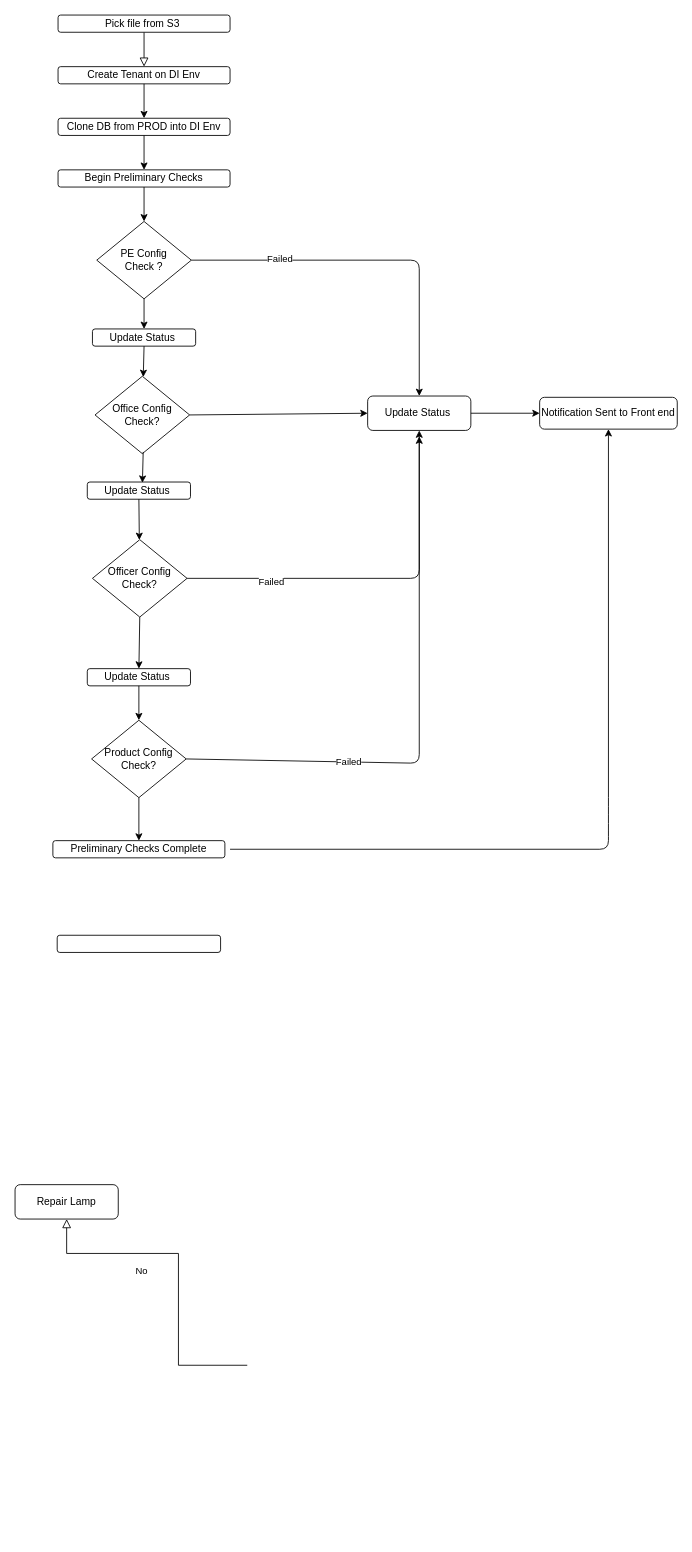
gwasky/diagrams keeps this draw.io diagram as data-import-stack/Untitled Diagram.drawio. Above is the earlier version. Source tidied: cells renumbered, new cells numbered last; positions are measured from the earlier drawing's top-left corner, leaving out a move shared by most shapes. Both pictures are drawn from the tidied source at 86%, with x=0, y=0 at pixel (15, 15).
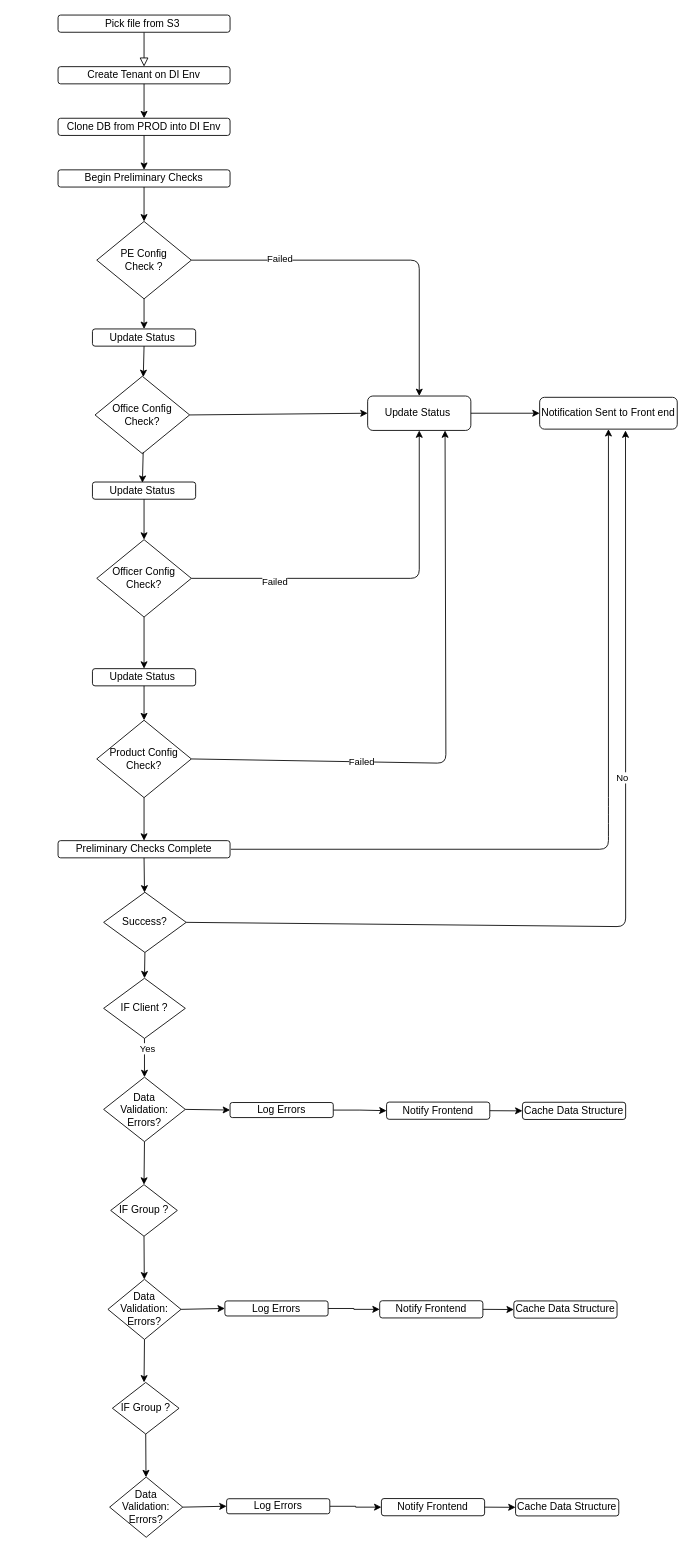
The same diagram, later.

Unchanged cells that the change refers to:
```xml
<mxCell id="10" value="Update Status&amp;nbsp;" style="rounded=1;whiteSpace=wrap;html=1;" parent="1" vertex="1">
  <mxGeometry x="410" y="443" width="120" height="40" as="geometry" />
</mxCell>
<mxCell id="11" value="Notification Sent to Front end" style="rounded=1;whiteSpace=wrap;html=1;" parent="1" vertex="1">
  <mxGeometry x="610" y="444.5" width="160" height="37" as="geometry" />
</mxCell>
```

Diff of the diagram source:
```diff
@@
-    <mxCell id="4" value="No" style="rounded=0;html=1;jettySize=auto;fontSize=11;endArrow=block;endFill=0;endSize=8;strokeWidth=1;shadow=0;labelBackgroundColor=none;edgeStyle=orthogonalEdgeStyle;" parent="1" edge="1" target="5">
-      <mxGeometry x="0.33" y="20" relative="1" as="geometry">
-        <mxPoint x="270" y="1570" as="sourcePoint" />
-        <Array as="points">
-          <mxPoint x="190" y="1440" />
-          <mxPoint x="60" y="1440" />
-        </Array>
-      </mxGeometry>
-    </mxCell>
-    <mxCell id="5" value="Repair Lamp" style="rounded=1;whiteSpace=wrap;html=1;fontSize=12;glass=0;strokeWidth=1;shadow=0;" parent="1" vertex="1">
-      <mxGeometry y="1360" width="120" height="40" as="geometry" />
-    </mxCell>
@@
     <mxCell id="19" value="Officer Config Check?" style="rhombus;whiteSpace=wrap;html=1;" parent="1" vertex="1">
-      <mxGeometry x="90" y="610" width="110" height="90" as="geometry" />
+      <mxGeometry x="95" y="610" width="110" height="90" as="geometry" />
     </mxCell>
     <mxCell id="20" value="Product Config Check?" style="rhombus;whiteSpace=wrap;html=1;" parent="1" vertex="1">
-      <mxGeometry x="89" y="820" width="110" height="90" as="geometry" />
+      <mxGeometry x="95" y="820" width="110" height="90" as="geometry" />
     </mxCell>
@@
     <mxCell id="22" value="Update Status&amp;nbsp;" style="rounded=1;whiteSpace=wrap;html=1;" parent="1" vertex="1">
-      <mxGeometry x="84" y="543" width="120" height="20" as="geometry" />
+      <mxGeometry x="90" y="543" width="120" height="20" as="geometry" />
     </mxCell>
@@
     <mxCell id="28" value="Update Status&amp;nbsp;" style="rounded=1;whiteSpace=wrap;html=1;" parent="1" vertex="1">
-      <mxGeometry x="84" y="760" width="120" height="20" as="geometry" />
+      <mxGeometry x="90" y="760" width="120" height="20" as="geometry" />
     </mxCell>
@@
-    <mxCell id="33" style="endArrow=classic;html=1;exitX=1;exitY=0.5;exitDx=0;exitDy=0;" parent="1" edge="1" source="20">
+    <mxCell id="33" style="endArrow=classic;html=1;exitX=1;exitY=0.5;exitDx=0;exitDy=0;entryX=0.75;entryY=1;entryDx=0;entryDy=0;" parent="1" edge="1" source="20" target="10">
       <mxGeometry relative="1" as="geometry">
-        <mxPoint x="470" y="490" as="targetPoint" />
         <Array as="points">
-          <mxPoint x="470" y="870" />
+          <mxPoint x="501" y="870" />
         </Array>
       </mxGeometry>
     </mxCell>
@@
     <mxCell id="35" value="Preliminary Checks Complete" style="rounded=1;whiteSpace=wrap;html=1;" parent="1" vertex="1">
-      <mxGeometry x="44" y="960" width="200" height="20" as="geometry" />
+      <mxGeometry x="50" y="960" width="200" height="20" as="geometry" />
     </mxCell>
@@
     <mxCell id="37" style="endArrow=classic;html=1;entryX=0.5;entryY=1;entryDx=0;entryDy=0;" parent="1" edge="1" target="11">
       <mxGeometry relative="1" as="geometry">
-        <mxPoint x="250" y="970" as="sourcePoint" />
+        <mxPoint x="251" y="970" as="sourcePoint" />
         <Array as="points">
           <mxPoint x="690" y="970" />
           <mxPoint x="690" y="950" />
           <mxPoint x="690" y="920" />
         </Array>
       </mxGeometry>
     </mxCell>
-    <mxCell id="38" style="rounded=1;whiteSpace=wrap;html=1;" parent="1" vertex="1">
-      <mxGeometry x="49" y="1070" width="190" height="20" as="geometry" />
-    </mxCell>
+    <mxCell id="39" style="endArrow=classic;html=1;exitX=0.5;exitY=1;exitDx=0;exitDy=0;" parent="1" edge="1" source="35" target="40">
+      <mxGeometry relative="1" as="geometry" />
+    </mxCell>
+    <mxCell id="40" value="Success?" style="rhombus;whiteSpace=wrap;html=1;" parent="1" vertex="1">
+      <mxGeometry x="103" y="1020" width="96" height="70" as="geometry" />
+    </mxCell>
+    <mxCell id="41" value="IF Client ?" style="rhombus;whiteSpace=wrap;html=1;" parent="1" vertex="1">
+      <mxGeometry x="103" y="1120" width="95" height="70" as="geometry" />
+    </mxCell>
+    <mxCell id="42" value="Data &lt;br&gt;Validation: Errors?" style="rhombus;whiteSpace=wrap;html=1;" parent="1" vertex="1">
+      <mxGeometry x="103" y="1235" width="95" height="75" as="geometry" />
+    </mxCell>
+    <mxCell id="43" style="edgeStyle=orthogonalEdgeStyle;rounded=0;jettySize=auto;html=1;entryX=0;entryY=0.5;entryDx=0;entryDy=0;" parent="1" edge="1" source="44" target="50">
+      <mxGeometry relative="1" as="geometry" />
+    </mxCell>
+    <mxCell id="44" value="Log Errors" style="rounded=1;whiteSpace=wrap;html=1;" parent="1" vertex="1">
+      <mxGeometry x="250" y="1264.5" width="120" height="17.5" as="geometry" />
+    </mxCell>
+    <mxCell id="45" style="endArrow=classic;html=1;exitX=1;exitY=0.5;exitDx=0;exitDy=0;entryX=0.624;entryY=1.041;entryDx=0;entryDy=0;entryPerimeter=0;" parent="1" edge="1" source="40" target="11">
+      <mxGeometry relative="1" as="geometry">
+        <Array as="points">
+          <mxPoint x="710" y="1060" />
+        </Array>
+      </mxGeometry>
+    </mxCell>
+    <mxCell id="4" value="No" style="edgeLabel;html=1;align=center;verticalAlign=middle;" parent="45" vertex="1">
+      <mxGeometry x="0.26" y="4" relative="1" as="geometry" />
+    </mxCell>
+    <mxCell id="46" style="endArrow=classic;html=1;exitX=0.5;exitY=1;exitDx=0;exitDy=0;entryX=0.5;entryY=0;entryDx=0;entryDy=0;" parent="1" edge="1" source="40" target="41">
+      <mxGeometry relative="1" as="geometry" />
+    </mxCell>
+    <mxCell id="47" style="endArrow=classic;html=1;exitX=0.5;exitY=1;exitDx=0;exitDy=0;entryX=0.5;entryY=0;entryDx=0;entryDy=0;" parent="1" edge="1" source="41" target="42">
+      <mxGeometry relative="1" as="geometry" />
+    </mxCell>
+    <mxCell id="48" value="Yes" style="edgeLabel;html=1;align=center;verticalAlign=middle;" parent="47" vertex="1">
+      <mxGeometry x="-0.49" y="3" relative="1" as="geometry" />
+    </mxCell>
+    <mxCell id="49" style="endArrow=classic;html=1;exitX=1;exitY=0.5;exitDx=0;exitDy=0;entryX=0;entryY=0.5;entryDx=0;entryDy=0;" parent="1" edge="1" source="42" target="44">
+      <mxGeometry relative="1" as="geometry" />
+    </mxCell>
+    <mxCell id="50" value="Notify Frontend" style="rounded=1;whiteSpace=wrap;html=1;" parent="1" vertex="1">
+      <mxGeometry x="432" y="1264" width="120" height="20" as="geometry" />
+    </mxCell>
+    <mxCell id="51" value="Cache Data Structure" style="rounded=1;whiteSpace=wrap;html=1;" parent="1" vertex="1">
+      <mxGeometry x="590" y="1264.2" width="120" height="20" as="geometry" />
+    </mxCell>
+    <mxCell id="52" style="endArrow=classic;html=1;exitX=1;exitY=0.5;exitDx=0;exitDy=0;entryX=0;entryY=0.5;entryDx=0;entryDy=0;" parent="1" edge="1" source="50" target="51">
+      <mxGeometry relative="1" as="geometry" />
+    </mxCell>
+    <mxCell id="53" value="IF Group ?" style="rhombus;whiteSpace=wrap;html=1;" parent="1" vertex="1">
+      <mxGeometry x="111.2" y="1360" width="77.5" height="60" as="geometry" />
+    </mxCell>
+    <mxCell id="54" value="Data Validation: Errors?" style="rhombus;whiteSpace=wrap;html=1;" parent="1" vertex="1">
+      <mxGeometry x="108" y="1470" width="85" height="70" as="geometry" />
+    </mxCell>
+    <mxCell id="55" style="edgeStyle=orthogonalEdgeStyle;rounded=0;jettySize=auto;html=1;entryX=0;entryY=0.5;entryDx=0;entryDy=0;" parent="1" edge="1" source="56" target="58">
+      <mxGeometry relative="1" as="geometry" />
+    </mxCell>
+    <mxCell id="56" value="Log Errors" style="rounded=1;whiteSpace=wrap;html=1;" parent="1" vertex="1">
+      <mxGeometry x="244" y="1495.2" width="120" height="17.5" as="geometry" />
+    </mxCell>
+    <mxCell id="57" style="endArrow=classic;html=1;exitX=1;exitY=0.5;exitDx=0;exitDy=0;entryX=0;entryY=0.5;entryDx=0;entryDy=0;" parent="1" edge="1" source="54" target="56">
+      <mxGeometry relative="1" as="geometry" />
+    </mxCell>
+    <mxCell id="58" value="Notify Frontend" style="rounded=1;whiteSpace=wrap;html=1;" parent="1" vertex="1">
+      <mxGeometry x="424" y="1495" width="120" height="20" as="geometry" />
+    </mxCell>
+    <mxCell id="59" value="Cache Data Structure" style="rounded=1;whiteSpace=wrap;html=1;" parent="1" vertex="1">
+      <mxGeometry x="580" y="1495.2" width="120" height="20" as="geometry" />
+    </mxCell>
+    <mxCell id="60" style="endArrow=classic;html=1;exitX=1;exitY=0.5;exitDx=0;exitDy=0;entryX=0;entryY=0.5;entryDx=0;entryDy=0;" parent="1" edge="1" source="58" target="59">
+      <mxGeometry relative="1" as="geometry" />
+    </mxCell>
+    <mxCell id="61" style="endArrow=classic;html=1;exitX=0.5;exitY=1;exitDx=0;exitDy=0;entryX=0.5;entryY=0;entryDx=0;entryDy=0;" parent="1" edge="1" source="42" target="53">
+      <mxGeometry relative="1" as="geometry" />
+    </mxCell>
+    <mxCell id="62" style="endArrow=classic;html=1;exitX=0.5;exitY=1;exitDx=0;exitDy=0;" parent="1" edge="1" source="53" target="54">
+      <mxGeometry relative="1" as="geometry" />
+    </mxCell>
+    <mxCell id="63" value="IF Group ?" style="rhombus;whiteSpace=wrap;html=1;" parent="1" vertex="1">
+      <mxGeometry x="113.2" y="1590" width="77.5" height="60" as="geometry" />
+    </mxCell>
+    <mxCell id="64" value="Data Validation: Errors?" style="rhombus;whiteSpace=wrap;html=1;" parent="1" vertex="1">
+      <mxGeometry x="110" y="1700" width="85" height="70" as="geometry" />
+    </mxCell>
+    <mxCell id="65" style="edgeStyle=orthogonalEdgeStyle;rounded=0;jettySize=auto;html=1;entryX=0;entryY=0.5;entryDx=0;entryDy=0;" parent="1" edge="1" source="66" target="68">
+      <mxGeometry relative="1" as="geometry" />
+    </mxCell>
+    <mxCell id="66" value="Log Errors" style="rounded=1;whiteSpace=wrap;html=1;" parent="1" vertex="1">
+      <mxGeometry x="246" y="1725.2" width="120" height="17.5" as="geometry" />
+    </mxCell>
+    <mxCell id="67" style="endArrow=classic;html=1;exitX=1;exitY=0.5;exitDx=0;exitDy=0;entryX=0;entryY=0.5;entryDx=0;entryDy=0;" parent="1" edge="1" source="64" target="66">
+      <mxGeometry relative="1" as="geometry" />
+    </mxCell>
+    <mxCell id="68" value="Notify Frontend" style="rounded=1;whiteSpace=wrap;html=1;" parent="1" vertex="1">
+      <mxGeometry x="426" y="1725" width="120" height="20" as="geometry" />
+    </mxCell>
+    <mxCell id="69" value="Cache Data Structure" style="rounded=1;whiteSpace=wrap;html=1;" parent="1" vertex="1">
+      <mxGeometry x="582" y="1725.2" width="120" height="20" as="geometry" />
+    </mxCell>
+    <mxCell id="70" style="endArrow=classic;html=1;exitX=1;exitY=0.5;exitDx=0;exitDy=0;entryX=0;entryY=0.5;entryDx=0;entryDy=0;" parent="1" edge="1" source="68" target="69">
+      <mxGeometry relative="1" as="geometry" />
+    </mxCell>
+    <mxCell id="71" style="endArrow=classic;html=1;exitX=0.5;exitY=1;exitDx=0;exitDy=0;entryX=0.5;entryY=0;entryDx=0;entryDy=0;" parent="1" edge="1">
+      <mxGeometry relative="1" as="geometry">
+        <mxPoint x="150.5" y="1540" as="sourcePoint" />
+        <mxPoint x="150" y="1590" as="targetPoint" />
+      </mxGeometry>
+    </mxCell>
+    <mxCell id="72" style="endArrow=classic;html=1;exitX=0.5;exitY=1;exitDx=0;exitDy=0;" parent="1" edge="1" source="63" target="64">
+      <mxGeometry relative="1" as="geometry" />
+    </mxCell>
```
